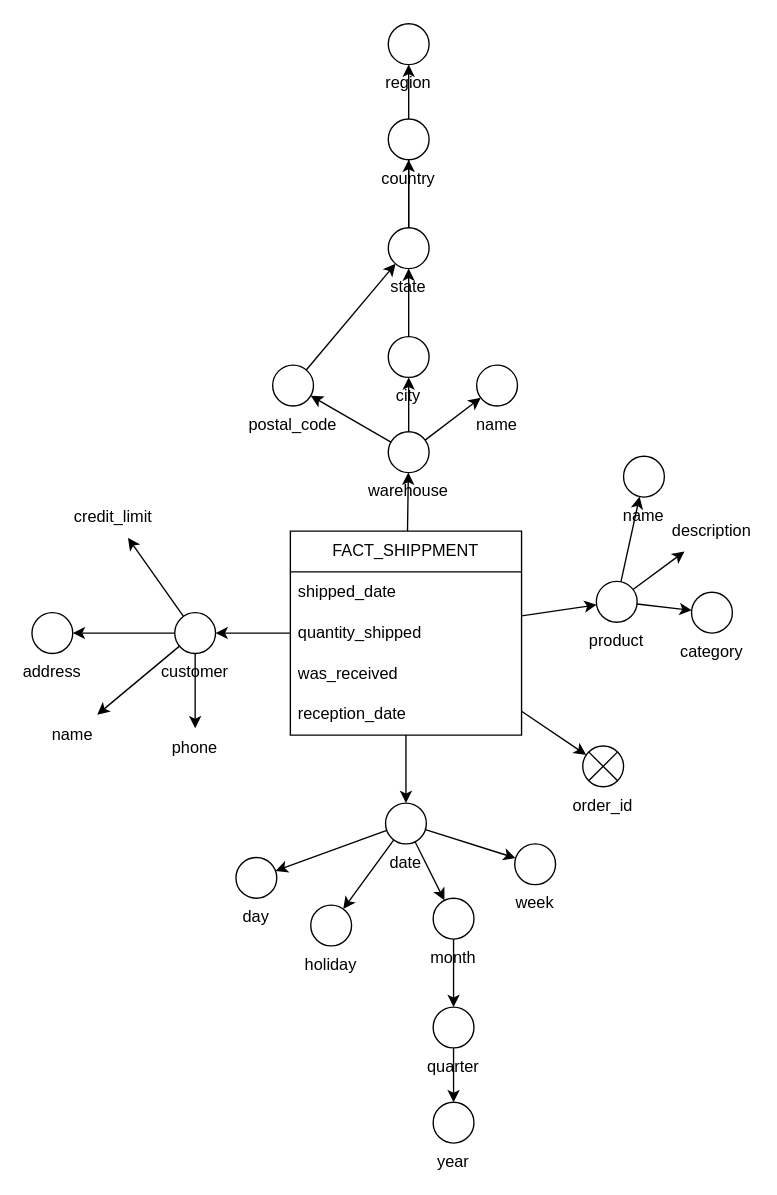
The draw.io diagram page "SHIPPMENT_FACT" (3 of 4) of docs/DFM.drawio in joaobraganca555/GlobalTech_ETL, before the edit. Source tidied: cells renumbered, new cells numbered last; positions are measured from the earlier drawing's top-left corner, leaving out a move shared by most shapes. Both pictures are drawn from the tidied source at 136%, with x=0, y=0 at pixel (31, 23).
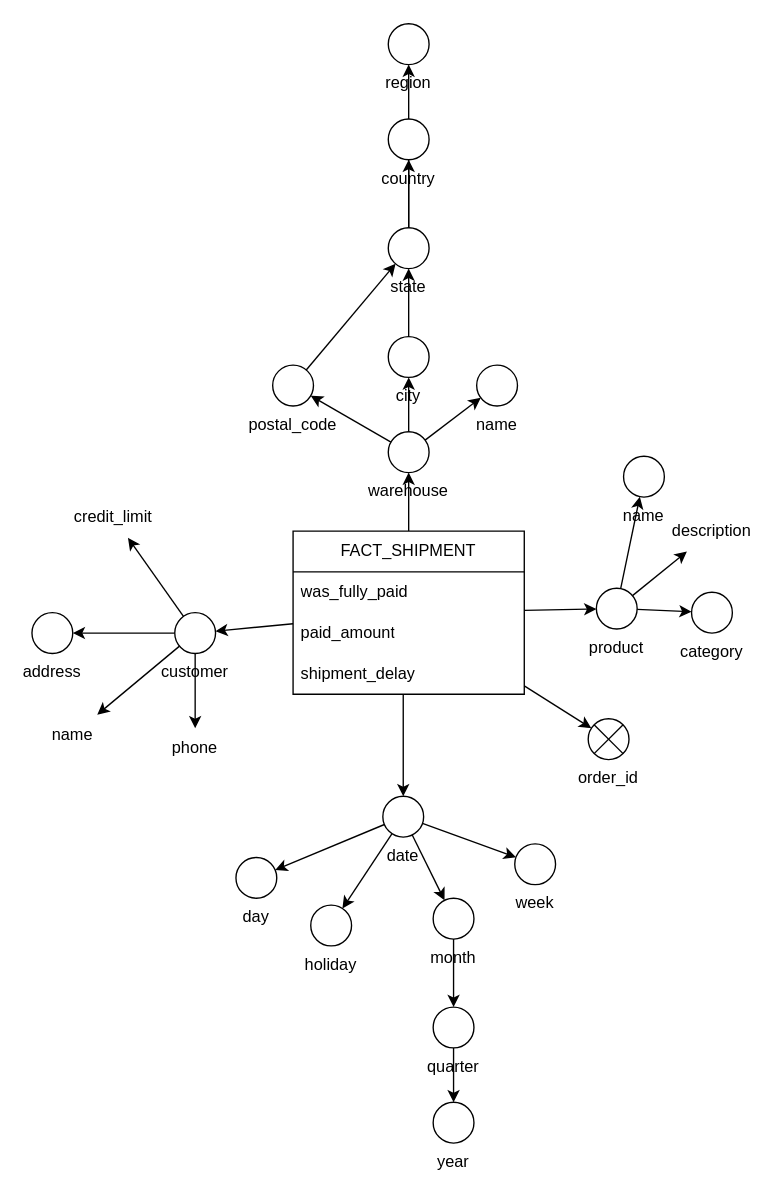
The same page after the edit.

Change to the diagram source:
```diff
@@
-    <mxCell id="2" value="FACT_SHIPPMENT" style="swimlane;fontStyle=0;horizontal=1;startSize=30;whiteSpace=wrap;html=1;" parent="1" vertex="1">
-      <mxGeometry x="190" y="373" width="170" height="150" as="geometry" />
+    <mxCell id="2" value="FACT_SHIPMENT" style="swimlane;fontStyle=0;horizontal=1;startSize=30;whiteSpace=wrap;html=1;" parent="1" vertex="1">
+      <mxGeometry x="192" y="373" width="170" height="120" as="geometry" />
     </mxCell>
-    <mxCell id="3" value="shipped_date" style="text;strokeColor=none;fillColor=none;align=left;verticalAlign=middle;spacingLeft=4;spacingRight=4;overflow=hidden;whiteSpace=wrap;html=1;" parent="2" vertex="1">
-      <mxGeometry y="30" width="170" height="30" as="geometry" />
-    </mxCell>
-    <mxCell id="4" value="quantity_shipped" style="text;strokeColor=none;fillColor=none;align=left;verticalAlign=middle;spacingLeft=4;spacingRight=4;overflow=hidden;whiteSpace=wrap;html=1;" parent="2" vertex="1">
-      <mxGeometry y="60" width="170" height="30" as="geometry" />
-    </mxCell>
-    <mxCell id="5" value="was_received" style="text;strokeColor=none;fillColor=none;align=left;verticalAlign=middle;spacingLeft=4;spacingRight=4;overflow=hidden;whiteSpace=wrap;html=1;" parent="2" vertex="1">
-      <mxGeometry y="90" width="170" height="30" as="geometry" />
-    </mxCell>
-    <mxCell id="6" value="reception_date" style="text;strokeColor=none;fillColor=none;align=left;verticalAlign=middle;spacingLeft=4;spacingRight=4;overflow=hidden;whiteSpace=wrap;html=1;" parent="2" vertex="1">
-      <mxGeometry y="120" width="170" height="30" as="geometry" />
+    <mxCell id="6" value="was_fully_paid" style="text;strokeColor=none;fillColor=none;align=left;verticalAlign=middle;spacingLeft=4;spacingRight=4;overflow=hidden;whiteSpace=wrap;html=1;" parent="2" vertex="1">
+      <mxGeometry y="30" width="170" height="30" as="geometry" />
     </mxCell>
+    <mxCell id="57" value="paid_amount" style="text;strokeColor=none;fillColor=none;align=left;verticalAlign=middle;spacingLeft=4;spacingRight=4;overflow=hidden;whiteSpace=wrap;html=1;" parent="2" vertex="1">
+      <mxGeometry y="60" width="170" height="30" as="geometry" />
+    </mxCell>
+    <mxCell id="58" value="shipment_delay" style="text;strokeColor=none;fillColor=none;align=left;verticalAlign=middle;spacingLeft=4;spacingRight=4;overflow=hidden;whiteSpace=wrap;html=1;" parent="2" vertex="1">
+      <mxGeometry y="90" width="170" height="30" as="geometry" />
+    </mxCell>
@@
-    <mxCell id="17" style="rounded=0;jettySize=auto;html=1;" parent="1" edge="1" source="2" target="22">
-      <mxGeometry relative="1" as="geometry" />
+    <mxCell id="17" style="rounded=0;jettySize=auto;html=1;edgeStyle=orthogonalEdgeStyle;curved=1;" parent="1" edge="1" source="2" target="22">
+      <mxGeometry relative="1" as="geometry">
+        <Array as="points">
+          <mxPoint x="273" y="504" />
+          <mxPoint x="273" y="504" />
+        </Array>
+      </mxGeometry>
     </mxCell>
@@
     <mxCell id="22" value="date" style="ellipse;whiteSpace=wrap;html=1;labelPosition=center;verticalLabelPosition=bottom;align=center;verticalAlign=top;" parent="1" vertex="1">
-      <mxGeometry x="260" y="573" width="30" height="30" as="geometry" />
+      <mxGeometry x="258" y="568" width="30" height="30" as="geometry" />
     </mxCell>
@@
     <mxCell id="32" value="order_id" style="shape=sumEllipse;perimeter=ellipsePerimeter;whiteSpace=wrap;html=1;backgroundOutline=1;labelPosition=center;verticalLabelPosition=bottom;align=center;verticalAlign=top;" parent="1" vertex="1">
-      <mxGeometry x="405" y="531" width="30" height="30" as="geometry" />
+      <mxGeometry x="409" y="511" width="30" height="30" as="geometry" />
     </mxCell>
@@
     <mxCell id="36" value="product" style="ellipse;whiteSpace=wrap;html=1;labelPosition=center;verticalLabelPosition=bottom;align=center;verticalAlign=top;" parent="1" vertex="1">
-      <mxGeometry x="415" y="410" width="30" height="30" as="geometry" />
+      <mxGeometry x="415" y="415" width="30" height="30" as="geometry" />
     </mxCell>
```
